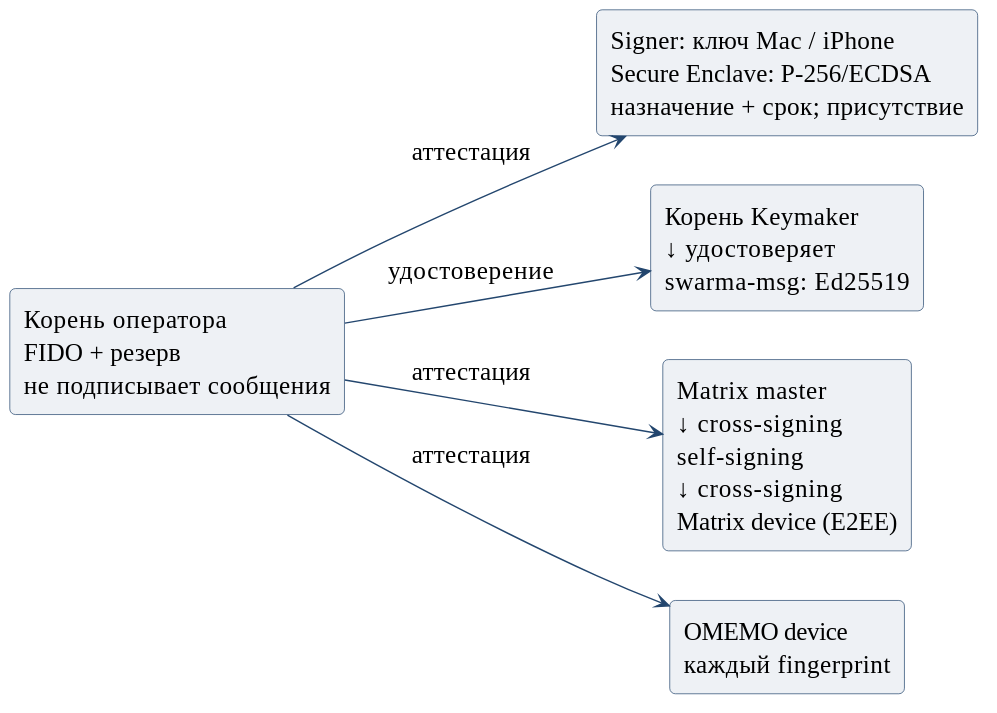
Earlier version of the PlantUML export editorial/notes/signing-auth/diagrams/trust-chain.svg (relux-works/swarma-docs). Its source is kept beside it as editorial/notes/signing-auth/src/trust-chain.puml.
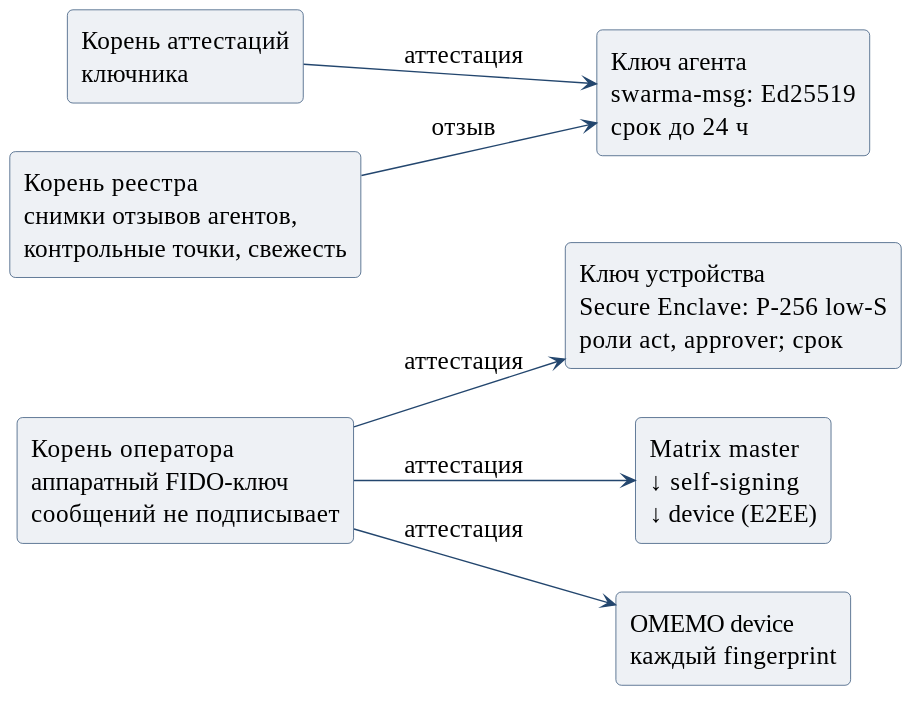
After the commit.

Diff of the diagram source:
```diff
@@ -7,13 +7,16 @@
 skinparam ArrowColor #23466e
 skinparam rectangleBackgroundColor #eef1f5
 skinparam rectangleBorderColor #23466e
-rectangle "Корень оператора\nFIDO + резерв\nне подписывает сообщения" as root
-rectangle "Signer: ключ Mac / iPhone\nSecure Enclave: P-256/ECDSA\nназначение + срок; присутствие" as signer
-rectangle "Корень Keymaker\n↓ удостоверяет\nswarma-msg: Ed25519" as km
-rectangle "Matrix master\n↓ cross-signing\nself-signing\n↓ cross-signing\nMatrix device (E2EE)" as master
+rectangle "Корень оператора\nаппаратный FIDO-ключ\nсообщений не подписывает" as root
+rectangle "Ключ устройства\nSecure Enclave: P-256 low-S\nроли act, approver; срок" as device
+rectangle "Matrix master\n↓ self-signing\n↓ device (E2EE)" as master
 rectangle "OMEMO device\nкаждый fingerprint" as xmpp
-root --> signer : аттестация
-root --> km : удостоверение
+rectangle "Корень аттестаций\nключника" as km
+rectangle "Ключ агента\nswarma-msg: Ed25519\nсрок до 24 ч" as agent
+rectangle "Корень реестра\nснимки отзывов агентов,\nконтрольные точки, свежесть" as registry
+root --> device : аттестация
 root --> master : аттестация
 root --> xmpp : аттестация
+km --> agent : аттестация
+registry --> agent : отзыв
 @enduml
```
